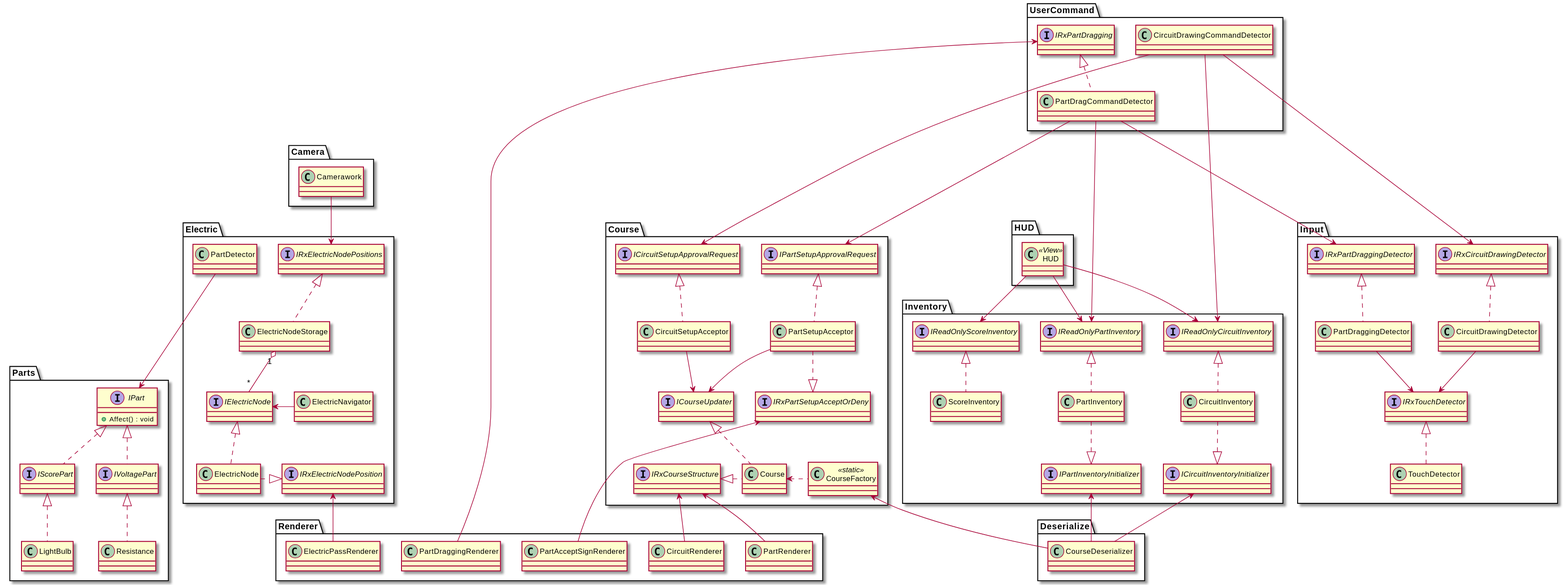
EleCuit-02106/Docs keeps this PlantUML diagram as ClassDiagram/ElSchema.svg. Above is the earlier version.
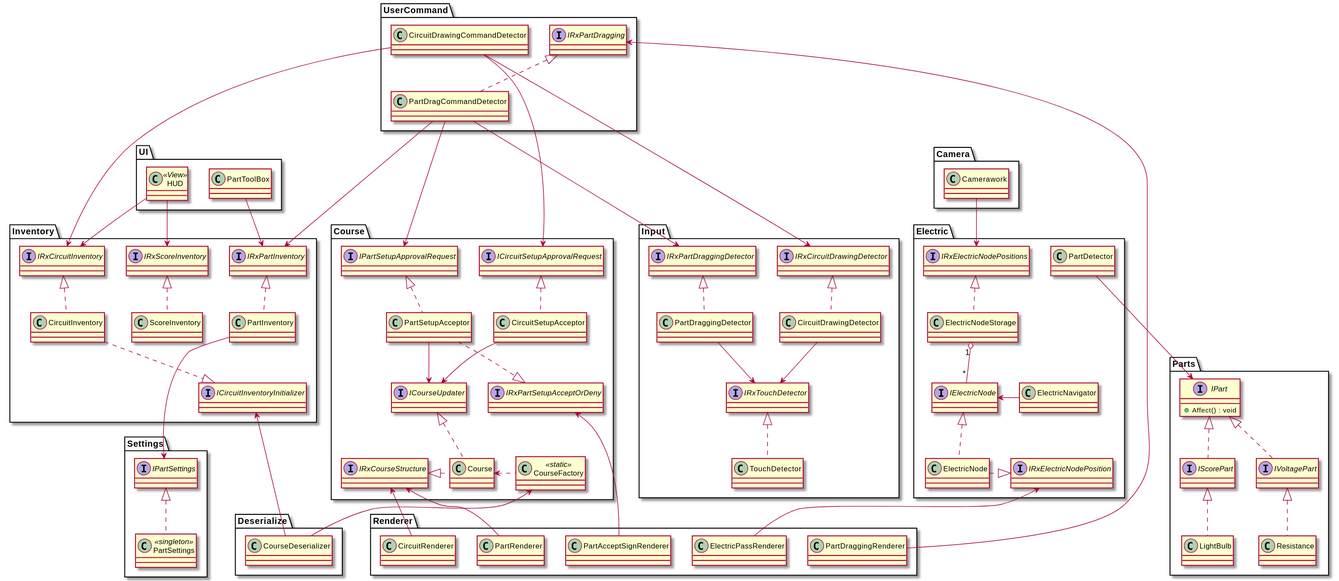
Above is the later version.

Commit message:
Inputのクラス配置の上下を逆にすることでクラス図を見やすく

Change to the diagram source:
```diff
@@ -1,26 +1,27 @@
 @startuml ElSchema
 
-namespace HUD {
+namespace UI {
     class HUD <<View>>
-    HUD --> Inventory.IReadOnlyPartInventory
-    HUD --> Inventory.IReadOnlyCircuitInventory
-    HUD --> Inventory.IReadOnlyScoreInventory
+    HUD --> Inventory.IRxCircuitInventory
+    HUD --> Inventory.IRxScoreInventory
+
+    class PartToolBox
+    PartToolBox --> Inventory.IRxPartInventory
 }
 
 namespace Inventory {
     class PartInventory
-    interface IReadOnlyPartInventory
-    interface IPartInventoryInitializer
-    IReadOnlyPartInventory <|.. PartInventory
-    PartInventory ..|> IPartInventoryInitializer
+    interface IRxPartInventory
+    IRxPartInventory <|.. PartInventory
+    PartInventory ---> Settings.IPartSettings
     class CircuitInventory
-    interface IReadOnlyCircuitInventory
+    interface IRxCircuitInventory
     interface ICircuitInventoryInitializer
-    IReadOnlyCircuitInventory <|.. CircuitInventory
+    IRxCircuitInventory <|.. CircuitInventory
     CircuitInventory ..|> ICircuitInventoryInitializer
     class ScoreInventory
-    interface IReadOnlyScoreInventory
-    IReadOnlyScoreInventory <|.. ScoreInventory
+    interface IRxScoreInventory
+    IRxScoreInventory <|.. ScoreInventory
 }
 
 namespace Course {
@@ -49,8 +50,13 @@
 namespace Deserialize {
     class CourseDeserializer
     Inventory.ICircuitInventoryInitializer <-- CourseDeserializer
-    Inventory.IPartInventoryInitializer <-- CourseDeserializer
     Course.CourseFactory <-- CourseDeserializer
+}
+
+namespace Settings {
+    class PartSettings<<singleton>>
+    interface IPartSettings
+    IPartSettings <|.. PartSettings
 }
 
 namespace UserCommand {
@@ -58,12 +64,12 @@
     interface IRxPartDragging
     IRxPartDragging <|.. PartDragCommandDetector
     PartDragCommandDetector ---> Input.IRxPartDraggingDetector
-    PartDragCommandDetector ---> Inventory.IReadOnlyPartInventory
+    PartDragCommandDetector ---> Inventory.IRxPartInventory
     PartDragCommandDetector ---> Course.IPartSetupApprovalRequest
 
     class CircuitDrawingCommandDetector
     CircuitDrawingCommandDetector ---> Input.IRxCircuitDrawingDetector
-    CircuitDrawingCommandDetector ---> Inventory.IReadOnlyCircuitInventory
+    CircuitDrawingCommandDetector ---> Inventory.IRxCircuitInventory
     CircuitDrawingCommandDetector ---> Course.ICircuitSetupApprovalRequest
 }
 
```
